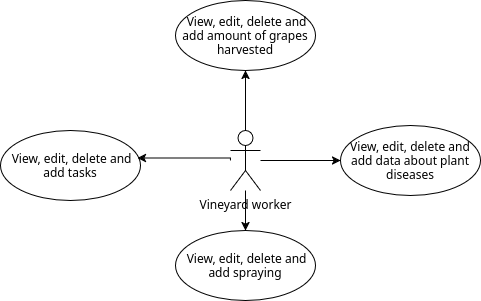
This is docs/pictures/worker_usecase.png from DooMx3/Inzynierka, a draw.io export, as it was before one commit. Source tidied: cells renumbered, new cells last; positions are measured from the earlier drawing's top-left corner, leaving out a move shared by most shapes.
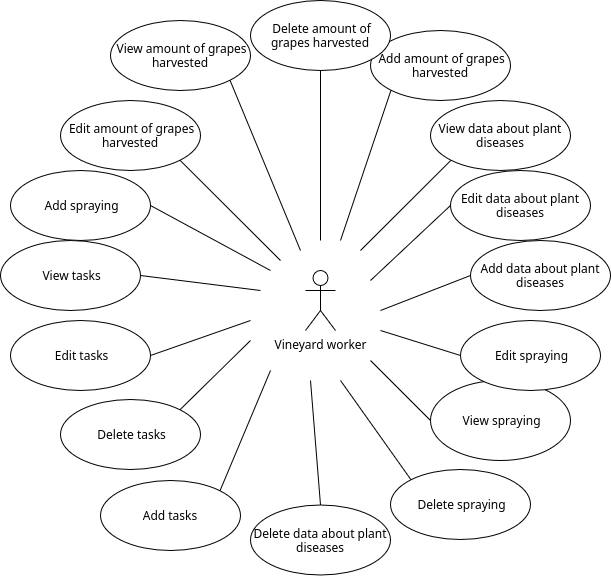
After the commit.

Commit message:
IN-349: fix use cases

What changed in the source:
```diff
@@ -2,38 +2,136 @@
   <root>
     <mxCell id="0" />
     <mxCell id="1" parent="0" />
-    <mxCell id="2" style="edgeStyle=orthogonalEdgeStyle;rounded=0;jettySize=auto;html=1;" parent="1" edge="1" source="5" target="9">
-      <mxGeometry relative="1" as="geometry" />
-    </mxCell>
-    <mxCell id="3" style="edgeStyle=orthogonalEdgeStyle;rounded=0;jettySize=auto;html=1;" parent="1" edge="1" source="5" target="8">
-      <mxGeometry relative="1" as="geometry" />
-    </mxCell>
-    <mxCell id="4" style="edgeStyle=orthogonalEdgeStyle;rounded=0;jettySize=auto;html=1;entryX=0.5;entryY=0;entryDx=0;entryDy=0;" parent="1" edge="1" source="5" target="7">
-      <mxGeometry relative="1" as="geometry" />
-    </mxCell>
     <mxCell id="5" value="Vineyard worker" style="shape=umlActor;verticalLabelPosition=bottom;verticalAlign=top;html=1;" parent="1" vertex="1">
-      <mxGeometry x="230" y="130" width="30" height="60" as="geometry" />
+      <mxGeometry x="275" y="210" width="30" height="60" as="geometry" />
     </mxCell>
+    <mxCell id="11" style="edgeStyle=none;rounded=0;jettySize=auto;html=1;exitX=1;exitY=0.5;exitDx=0;exitDy=0;endArrow=none;endFill=0;" parent="1" edge="1" source="6">
+      <mxGeometry relative="1" as="geometry">
+        <mxPoint x="230" y="230" as="targetPoint" />
+      </mxGeometry>
+    </mxCell>
-    <mxCell id="6" value="&amp;nbsp;View, edit, delete and add tasks" style="ellipse;whiteSpace=wrap;html=1;" parent="1" vertex="1">
-      <mxGeometry y="130" width="140" height="70" as="geometry" />
+    <mxCell id="6" value="&lt;div&gt;&amp;nbsp;View tasks&lt;/div&gt;" style="ellipse;whiteSpace=wrap;html=1;" parent="1" vertex="1">
+      <mxGeometry x="-30" y="180" width="140" height="70" as="geometry" />
     </mxCell>
+    <mxCell id="12" style="edgeStyle=none;rounded=0;jettySize=auto;html=1;exitX=0;exitY=0.5;exitDx=0;exitDy=0;endArrow=none;endFill=0;" parent="1" edge="1" source="7">
+      <mxGeometry relative="1" as="geometry">
+        <mxPoint x="340" y="300" as="targetPoint" />
+      </mxGeometry>
+    </mxCell>
-    <mxCell id="7" value="&amp;nbsp;View, edit, delete and add spraying" style="ellipse;whiteSpace=wrap;html=1;" parent="1" vertex="1">
-      <mxGeometry x="175" y="230" width="140" height="70" as="geometry" />
+    <mxCell id="7" value="&amp;nbsp;View spraying" style="ellipse;whiteSpace=wrap;html=1;" parent="1" vertex="1">
+      <mxGeometry x="400" y="320" width="140" height="80" as="geometry" />
     </mxCell>
+    <mxCell id="13" style="edgeStyle=none;rounded=0;jettySize=auto;html=1;exitX=0;exitY=1;exitDx=0;exitDy=0;endArrow=none;endFill=0;" parent="1" edge="1" source="8">
+      <mxGeometry relative="1" as="geometry">
+        <mxPoint x="330" y="190" as="targetPoint" />
+      </mxGeometry>
+    </mxCell>
-    <mxCell id="8" value="&lt;div&gt;View, edit, delete and add data about&amp;nbsp;plant diseases&lt;/div&gt;" style="ellipse;whiteSpace=wrap;html=1;" parent="1" vertex="1">
-      <mxGeometry x="340" y="125" width="140" height="70" as="geometry" />
+    <mxCell id="8" value="&lt;div&gt;View data about&amp;nbsp;plant diseases&lt;/div&gt;" style="ellipse;whiteSpace=wrap;html=1;" parent="1" vertex="1">
+      <mxGeometry x="400" y="40" width="140" height="70" as="geometry" />
     </mxCell>
+    <mxCell id="14" style="edgeStyle=none;rounded=0;jettySize=auto;html=1;exitX=1;exitY=1;exitDx=0;exitDy=0;endArrow=none;endFill=0;" parent="1" edge="1" source="9">
+      <mxGeometry relative="1" as="geometry">
+        <mxPoint x="250" y="200" as="targetPoint" />
+      </mxGeometry>
+    </mxCell>
-    <mxCell id="9" value="&amp;nbsp;View, edit, delete and add amount of grapes harvested" style="ellipse;whiteSpace=wrap;html=1;" parent="1" vertex="1">
-      <mxGeometry x="175" width="140" height="70" as="geometry" />
+    <mxCell id="9" value="&amp;nbsp;Edit amount of grapes harvested" style="ellipse;whiteSpace=wrap;html=1;" parent="1" vertex="1">
+      <mxGeometry x="30" y="40" width="140" height="70" as="geometry" />
     </mxCell>
-    <mxCell id="10" style="edgeStyle=orthogonalEdgeStyle;rounded=0;jettySize=auto;html=1;entryX=0.978;entryY=0.393;entryDx=0;entryDy=0;entryPerimeter=0;" parent="1" edge="1" target="6">
-      <mxGeometry relative="1" as="geometry">
-        <mxPoint x="230" y="160" as="sourcePoint" />
-        <Array as="points">
-          <mxPoint x="230" y="160" />
-          <mxPoint x="230" y="160" />
-        </Array>
-      </mxGeometry>
-    </mxCell>
+    <mxCell id="15" style="edgeStyle=none;rounded=0;jettySize=auto;html=1;exitX=0;exitY=0;exitDx=0;exitDy=0;endArrow=none;endFill=0;" parent="1" edge="1" source="16">
+      <mxGeometry relative="1" as="geometry">
+        <mxPoint x="310" y="320" as="targetPoint" />
+      </mxGeometry>
+    </mxCell>
+    <mxCell id="16" value="&amp;nbsp;Delete spraying" style="ellipse;whiteSpace=wrap;html=1;" parent="1" vertex="1">
+      <mxGeometry x="360" y="409" width="140" height="70" as="geometry" />
+    </mxCell>
+    <mxCell id="17" style="edgeStyle=none;rounded=0;jettySize=auto;html=1;exitX=0;exitY=0.5;exitDx=0;exitDy=0;endArrow=none;endFill=0;" parent="1" edge="1" source="18">
+      <mxGeometry relative="1" as="geometry">
+        <mxPoint x="350" y="270" as="targetPoint" />
+      </mxGeometry>
+    </mxCell>
+    <mxCell id="18" value="&amp;nbsp;Edit spraying" style="ellipse;whiteSpace=wrap;html=1;" parent="1" vertex="1">
+      <mxGeometry x="430" y="260" width="140" height="70" as="geometry" />
+    </mxCell>
+    <mxCell id="19" style="edgeStyle=none;rounded=0;jettySize=auto;html=1;exitX=1;exitY=0.5;exitDx=0;exitDy=0;endArrow=none;endFill=0;" parent="1" edge="1" source="20">
+      <mxGeometry relative="1" as="geometry">
+        <mxPoint x="240" y="210" as="targetPoint" />
+      </mxGeometry>
+    </mxCell>
+    <mxCell id="20" value="&amp;nbsp;Add spraying" style="ellipse;whiteSpace=wrap;html=1;" parent="1" vertex="1">
+      <mxGeometry x="-20" y="110" width="140" height="70" as="geometry" />
+    </mxCell>
+    <mxCell id="21" style="edgeStyle=none;rounded=0;jettySize=auto;html=1;exitX=0.5;exitY=0;exitDx=0;exitDy=0;endArrow=none;endFill=0;" parent="1" edge="1" source="22">
+      <mxGeometry relative="1" as="geometry">
+        <mxPoint x="280" y="320" as="targetPoint" />
+      </mxGeometry>
+    </mxCell>
+    <mxCell id="22" value="&lt;div&gt;Delete data about&amp;nbsp;plant diseases&lt;/div&gt;" style="ellipse;whiteSpace=wrap;html=1;" parent="1" vertex="1">
+      <mxGeometry x="220" y="444.5" width="140" height="70" as="geometry" />
+    </mxCell>
+    <mxCell id="23" style="edgeStyle=none;rounded=0;jettySize=auto;html=1;exitX=0;exitY=0.5;exitDx=0;exitDy=0;endArrow=none;endFill=0;" parent="1" edge="1" source="24">
+      <mxGeometry relative="1" as="geometry">
+        <mxPoint x="340" y="220" as="targetPoint" />
+      </mxGeometry>
+    </mxCell>
+    <mxCell id="24" value="&lt;div&gt;Edit data about&amp;nbsp;plant diseases&lt;/div&gt;" style="ellipse;whiteSpace=wrap;html=1;" parent="1" vertex="1">
+      <mxGeometry x="420" y="110" width="140" height="70" as="geometry" />
+    </mxCell>
+    <mxCell id="25" style="edgeStyle=none;rounded=0;jettySize=auto;html=1;exitX=0;exitY=0.5;exitDx=0;exitDy=0;endArrow=none;endFill=0;" parent="1" edge="1" source="26">
+      <mxGeometry relative="1" as="geometry">
+        <mxPoint x="350" y="250" as="targetPoint" />
+      </mxGeometry>
+    </mxCell>
+    <mxCell id="26" value="&lt;div&gt;Add data about&amp;nbsp;plant diseases&lt;/div&gt;" style="ellipse;whiteSpace=wrap;html=1;" parent="1" vertex="1">
+      <mxGeometry x="440" y="180" width="140" height="70" as="geometry" />
+    </mxCell>
+    <mxCell id="27" style="edgeStyle=none;rounded=0;jettySize=auto;html=1;exitX=1;exitY=0.5;exitDx=0;exitDy=0;endArrow=none;endFill=0;" parent="1" edge="1" source="28">
+      <mxGeometry relative="1" as="geometry">
+        <mxPoint x="220" y="260" as="targetPoint" />
+      </mxGeometry>
+    </mxCell>
+    <mxCell id="28" value="&amp;nbsp;Edit tasks" style="ellipse;whiteSpace=wrap;html=1;" parent="1" vertex="1">
+      <mxGeometry x="-20" y="260" width="140" height="70" as="geometry" />
+    </mxCell>
+    <mxCell id="29" style="edgeStyle=none;rounded=0;jettySize=auto;html=1;exitX=1;exitY=0;exitDx=0;exitDy=0;endArrow=none;endFill=0;" parent="1" edge="1" source="30">
+      <mxGeometry relative="1" as="geometry">
+        <mxPoint x="220" y="280" as="targetPoint" />
+      </mxGeometry>
+    </mxCell>
+    <mxCell id="30" value="&amp;nbsp;Delete tasks" style="ellipse;whiteSpace=wrap;html=1;" parent="1" vertex="1">
+      <mxGeometry x="30" y="339" width="140" height="70" as="geometry" />
+    </mxCell>
+    <mxCell id="31" style="edgeStyle=none;rounded=0;jettySize=auto;html=1;exitX=1;exitY=0;exitDx=0;exitDy=0;endArrow=none;endFill=0;" parent="1" edge="1" source="32">
+      <mxGeometry relative="1" as="geometry">
+        <mxPoint x="240" y="310" as="targetPoint" />
+      </mxGeometry>
+    </mxCell>
+    <mxCell id="32" value="Add tasks" style="ellipse;whiteSpace=wrap;html=1;" parent="1" vertex="1">
+      <mxGeometry x="70" y="420" width="140" height="70" as="geometry" />
+    </mxCell>
+    <mxCell id="33" style="edgeStyle=none;rounded=0;jettySize=auto;html=1;exitX=0;exitY=1;exitDx=0;exitDy=0;endArrow=none;endFill=0;" parent="1" edge="1" source="34">
+      <mxGeometry relative="1" as="geometry">
+        <mxPoint x="310" y="180" as="targetPoint" />
+      </mxGeometry>
+    </mxCell>
+    <mxCell id="34" value="&amp;nbsp;Add amount of grapes harvested" style="ellipse;whiteSpace=wrap;html=1;" parent="1" vertex="1">
+      <mxGeometry x="340" y="-30" width="140" height="70" as="geometry" />
+    </mxCell>
+    <mxCell id="35" style="edgeStyle=none;rounded=0;jettySize=auto;html=1;exitX=0.5;exitY=1;exitDx=0;exitDy=0;endArrow=none;endFill=0;" parent="1" edge="1" source="36">
+      <mxGeometry relative="1" as="geometry">
+        <mxPoint x="290" y="180" as="targetPoint" />
+      </mxGeometry>
+    </mxCell>
+    <mxCell id="36" value="&amp;nbsp;Delete amount of grapes harvested" style="ellipse;whiteSpace=wrap;html=1;" parent="1" vertex="1">
+      <mxGeometry x="220" y="-60" width="140" height="70" as="geometry" />
+    </mxCell>
+    <mxCell id="37" style="edgeStyle=none;rounded=0;jettySize=auto;html=1;exitX=1;exitY=1;exitDx=0;exitDy=0;endArrow=none;endFill=0;" parent="1" edge="1" source="38">
+      <mxGeometry relative="1" as="geometry">
+        <mxPoint x="270" y="190" as="targetPoint" />
+      </mxGeometry>
+    </mxCell>
+    <mxCell id="38" value="&amp;nbsp;View amount of grapes harvested" style="ellipse;whiteSpace=wrap;html=1;" parent="1" vertex="1">
+      <mxGeometry x="80" y="-40" width="140" height="70" as="geometry" />
+    </mxCell>
   </root>
 </mxGraphModel>
```
